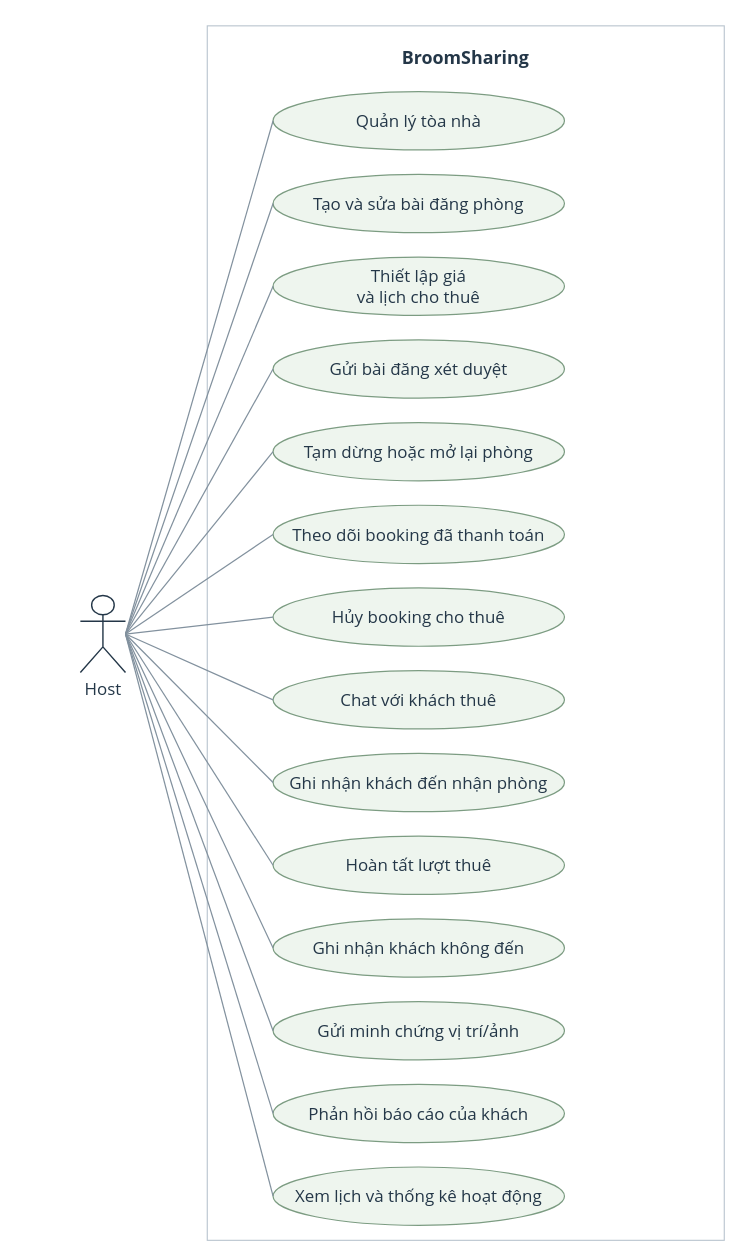
Earlier version of the draw.io diagram page "02. Host" (3 of 4) of docs/design/chapter2/usecase_diagram_v2.drawio (phuclu3123/GROUP_MOBILE_BROOMSHARING). Source tidied: cells renumbered, new cells numbered last; positions are measured from the earlier drawing's top-left corner, leaving out a move shared by most shapes. Both pictures are drawn from the tidied source at 94%, with x=0, y=0 at pixel (80, 25).
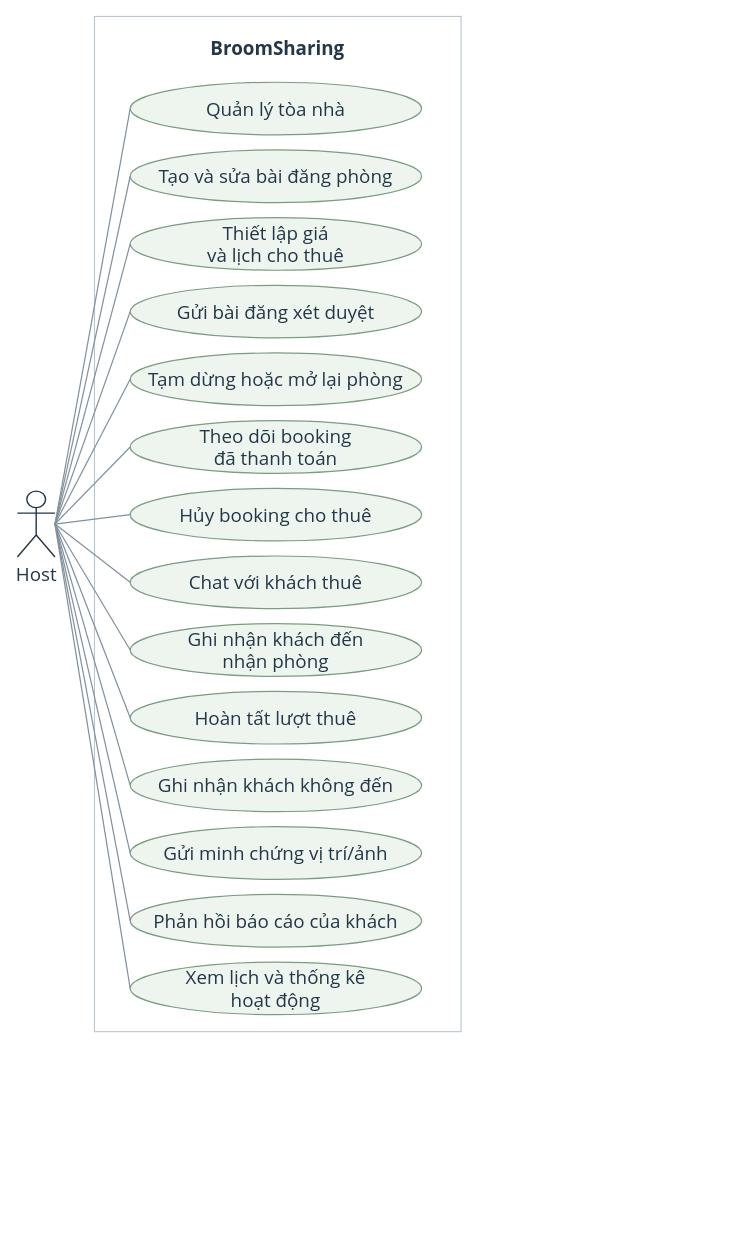
The same diagram, later.

Change to the diagram source:
```diff
@@
-    <mxCell id="2" value="BroomSharing" style="rounded=0;html=1;whiteSpace=wrap;fillColor=#FFFFFF;strokeColor=#BAC5CF;strokeWidth=1.2;verticalAlign=top;spacingTop=16;fontFamily=Segoe UI;fontSize=19;fontColor=#243748;fontStyle=1;" parent="1" vertex="1">
-      <mxGeometry x="135" width="550" height="1292" as="geometry" />
+    <mxCell id="2" value="BroomSharing" style="rounded=0;html=1;whiteSpace=wrap;fillColor=#FFFFFF;strokeColor=#BAC5CF;strokeWidth=1.2;verticalAlign=top;spacingTop=16;fontFamily=Segoe UI;fontSize=20;fontColor=#243748;fontStyle=1;" parent="1" vertex="1">
+      <mxGeometry x="15" y="-10" width="390" height="1080" as="geometry" />
     </mxCell>
-    <mxCell id="3" value="Host" style="shape=umlActor;verticalLabelPosition=bottom;verticalAlign=top;html=1;outlineConnect=0;fillColor=#FFFFFF;strokeColor=#243748;strokeWidth=1.5;fontFamily=Segoe UI;fontColor=#243748;fontSize=18;fontStyle=0;" parent="1" vertex="1">
-      <mxGeometry y="606" width="48" height="82" as="geometry" />
+    <mxCell id="3" value="Host" style="shape=umlActor;verticalLabelPosition=bottom;verticalAlign=top;html=1;outlineConnect=0;fillColor=#FFFFFF;strokeColor=#243748;strokeWidth=1.5;fontFamily=Segoe UI;fontColor=#243748;fontSize=20;fontStyle=0;" parent="1" vertex="1">
+      <mxGeometry x="-67" y="495" width="40" height="70" as="geometry" />
     </mxCell>
-    <mxCell id="4" value="Quản lý tòa nhà" style="shape=ellipse;whiteSpace=wrap;html=1;fillColor=#EEF5EE;strokeColor=#7C9C82;strokeWidth=1.3;fontFamily=Segoe UI;fontSize=18;fontColor=#243748;fontStyle=0;spacing=8;" parent="1" vertex="1">
-      <mxGeometry x="205" y="70" width="310" height="62" as="geometry" />
+    <mxCell id="4" value="Quản lý tòa nhà" style="shape=ellipse;whiteSpace=wrap;html=1;fillColor=#EEF5EE;strokeColor=#7C9C82;strokeWidth=1.3;fontFamily=Segoe UI;fontSize=20;fontColor=#243748;fontStyle=0;spacing=4;" parent="1" vertex="1">
+      <mxGeometry x="53" y="60" width="310" height="56" as="geometry" />
     </mxCell>
@@
-    <mxCell id="6" value="Tạo và sửa bài đăng phòng" style="shape=ellipse;whiteSpace=wrap;html=1;fillColor=#EEF5EE;strokeColor=#7C9C82;strokeWidth=1.3;fontFamily=Segoe UI;fontSize=18;fontColor=#243748;fontStyle=0;spacing=8;" parent="1" vertex="1">
-      <mxGeometry x="205" y="158" width="310" height="62" as="geometry" />
+    <mxCell id="6" value="Tạo và sửa bài đăng phòng" style="shape=ellipse;whiteSpace=wrap;html=1;fillColor=#EEF5EE;strokeColor=#7C9C82;strokeWidth=1.3;fontFamily=Segoe UI;fontSize=20;fontColor=#243748;fontStyle=0;spacing=4;" parent="1" vertex="1">
+      <mxGeometry x="53" y="132" width="310" height="56" as="geometry" />
     </mxCell>
@@
-    <mxCell id="8" value="Thiết lập giá&lt;br&gt;và lịch cho thuê" style="shape=ellipse;whiteSpace=wrap;html=1;fillColor=#EEF5EE;strokeColor=#7C9C82;strokeWidth=1.3;fontFamily=Segoe UI;fontSize=18;fontColor=#243748;fontStyle=0;spacing=8;" parent="1" vertex="1">
-      <mxGeometry x="205" y="246" width="310" height="62" as="geometry" />
+    <mxCell id="8" value="Thiết lập giá&lt;br&gt;và lịch cho thuê" style="shape=ellipse;whiteSpace=wrap;html=1;fillColor=#EEF5EE;strokeColor=#7C9C82;strokeWidth=1.3;fontFamily=Segoe UI;fontSize=20;fontColor=#243748;fontStyle=0;spacing=4;" parent="1" vertex="1">
+      <mxGeometry x="53" y="204" width="310" height="56" as="geometry" />
     </mxCell>
@@
-    <mxCell id="10" value="Gửi bài đăng xét duyệt" style="shape=ellipse;whiteSpace=wrap;html=1;fillColor=#EEF5EE;strokeColor=#7C9C82;strokeWidth=1.3;fontFamily=Segoe UI;fontSize=18;fontColor=#243748;fontStyle=0;spacing=8;" parent="1" vertex="1">
-      <mxGeometry x="205" y="334" width="310" height="62" as="geometry" />
+    <mxCell id="10" value="Gửi bài đăng xét duyệt" style="shape=ellipse;whiteSpace=wrap;html=1;fillColor=#EEF5EE;strokeColor=#7C9C82;strokeWidth=1.3;fontFamily=Segoe UI;fontSize=20;fontColor=#243748;fontStyle=0;spacing=4;" parent="1" vertex="1">
+      <mxGeometry x="53" y="276" width="310" height="56" as="geometry" />
     </mxCell>
@@
-    <mxCell id="12" value="Tạm dừng hoặc mở lại phòng" style="shape=ellipse;whiteSpace=wrap;html=1;fillColor=#EEF5EE;strokeColor=#7C9C82;strokeWidth=1.3;fontFamily=Segoe UI;fontSize=18;fontColor=#243748;fontStyle=0;spacing=8;" parent="1" vertex="1">
-      <mxGeometry x="205" y="422" width="310" height="62" as="geometry" />
+    <mxCell id="12" value="Tạm dừng hoặc mở lại phòng" style="shape=ellipse;whiteSpace=wrap;html=1;fillColor=#EEF5EE;strokeColor=#7C9C82;strokeWidth=1.3;fontFamily=Segoe UI;fontSize=20;fontColor=#243748;fontStyle=0;spacing=4;" parent="1" vertex="1">
+      <mxGeometry x="53" y="348" width="310" height="56" as="geometry" />
     </mxCell>
@@
-    <mxCell id="14" value="Theo dõi booking đã thanh toán" style="shape=ellipse;whiteSpace=wrap;html=1;fillColor=#EEF5EE;strokeColor=#7C9C82;strokeWidth=1.3;fontFamily=Segoe UI;fontSize=18;fontColor=#243748;fontStyle=0;spacing=8;" parent="1" vertex="1">
-      <mxGeometry x="205" y="510" width="310" height="62" as="geometry" />
+    <mxCell id="14" value="Theo dõi booking&lt;br&gt;đã thanh toán" style="shape=ellipse;whiteSpace=wrap;html=1;fillColor=#EEF5EE;strokeColor=#7C9C82;strokeWidth=1.3;fontFamily=Segoe UI;fontSize=20;fontColor=#243748;fontStyle=0;spacing=4;" parent="1" vertex="1">
+      <mxGeometry x="53" y="420" width="310" height="56" as="geometry" />
     </mxCell>
@@
-    <mxCell id="16" value="Hủy booking cho thuê" style="shape=ellipse;whiteSpace=wrap;html=1;fillColor=#EEF5EE;strokeColor=#7C9C82;strokeWidth=1.3;fontFamily=Segoe UI;fontSize=18;fontColor=#243748;fontStyle=0;spacing=8;" parent="1" vertex="1">
-      <mxGeometry x="205" y="598" width="310" height="62" as="geometry" />
+    <mxCell id="16" value="Hủy booking cho thuê" style="shape=ellipse;whiteSpace=wrap;html=1;fillColor=#EEF5EE;strokeColor=#7C9C82;strokeWidth=1.3;fontFamily=Segoe UI;fontSize=20;fontColor=#243748;fontStyle=0;spacing=4;" parent="1" vertex="1">
+      <mxGeometry x="53" y="492" width="310" height="56" as="geometry" />
     </mxCell>
@@
-    <mxCell id="18" value="Chat với khách thuê" style="shape=ellipse;whiteSpace=wrap;html=1;fillColor=#EEF5EE;strokeColor=#7C9C82;strokeWidth=1.3;fontFamily=Segoe UI;fontSize=18;fontColor=#243748;fontStyle=0;spacing=8;" parent="1" vertex="1">
-      <mxGeometry x="205" y="686" width="310" height="62" as="geometry" />
+    <mxCell id="18" value="Chat với khách thuê" style="shape=ellipse;whiteSpace=wrap;html=1;fillColor=#EEF5EE;strokeColor=#7C9C82;strokeWidth=1.3;fontFamily=Segoe UI;fontSize=20;fontColor=#243748;fontStyle=0;spacing=4;" parent="1" vertex="1">
+      <mxGeometry x="53" y="564" width="310" height="56" as="geometry" />
     </mxCell>
@@
-    <mxCell id="20" value="Ghi nhận khách đến nhận phòng" style="shape=ellipse;whiteSpace=wrap;html=1;fillColor=#EEF5EE;strokeColor=#7C9C82;strokeWidth=1.3;fontFamily=Segoe UI;fontSize=18;fontColor=#243748;fontStyle=0;spacing=8;" parent="1" vertex="1">
-      <mxGeometry x="205" y="774" width="310" height="62" as="geometry" />
+    <mxCell id="20" value="Ghi nhận khách đến&lt;br&gt;nhận phòng" style="shape=ellipse;whiteSpace=wrap;html=1;fillColor=#EEF5EE;strokeColor=#7C9C82;strokeWidth=1.3;fontFamily=Segoe UI;fontSize=20;fontColor=#243748;fontStyle=0;spacing=4;" parent="1" vertex="1">
+      <mxGeometry x="53" y="636" width="310" height="56" as="geometry" />
     </mxCell>
@@
-    <mxCell id="22" value="Hoàn tất lượt thuê" style="shape=ellipse;whiteSpace=wrap;html=1;fillColor=#EEF5EE;strokeColor=#7C9C82;strokeWidth=1.3;fontFamily=Segoe UI;fontSize=18;fontColor=#243748;fontStyle=0;spacing=8;" parent="1" vertex="1">
-      <mxGeometry x="205" y="862" width="310" height="62" as="geometry" />
+    <mxCell id="22" value="Hoàn tất lượt thuê" style="shape=ellipse;whiteSpace=wrap;html=1;fillColor=#EEF5EE;strokeColor=#7C9C82;strokeWidth=1.3;fontFamily=Segoe UI;fontSize=20;fontColor=#243748;fontStyle=0;spacing=4;" parent="1" vertex="1">
+      <mxGeometry x="53" y="708" width="310" height="56" as="geometry" />
     </mxCell>
@@
-    <mxCell id="24" value="Ghi nhận khách không đến" style="shape=ellipse;whiteSpace=wrap;html=1;fillColor=#EEF5EE;strokeColor=#7C9C82;strokeWidth=1.3;fontFamily=Segoe UI;fontSize=18;fontColor=#243748;fontStyle=0;spacing=8;" parent="1" vertex="1">
-      <mxGeometry x="205" y="950" width="310" height="62" as="geometry" />
+    <mxCell id="24" value="Ghi nhận khách không đến" style="shape=ellipse;whiteSpace=wrap;html=1;fillColor=#EEF5EE;strokeColor=#7C9C82;strokeWidth=1.3;fontFamily=Segoe UI;fontSize=20;fontColor=#243748;fontStyle=0;spacing=4;" parent="1" vertex="1">
+      <mxGeometry x="53" y="780" width="310" height="56" as="geometry" />
     </mxCell>
@@
-    <mxCell id="26" value="Gửi minh chứng vị trí/ảnh" style="shape=ellipse;whiteSpace=wrap;html=1;fillColor=#EEF5EE;strokeColor=#7C9C82;strokeWidth=1.3;fontFamily=Segoe UI;fontSize=18;fontColor=#243748;fontStyle=0;spacing=8;" parent="1" vertex="1">
-      <mxGeometry x="205" y="1038" width="310" height="62" as="geometry" />
+    <mxCell id="26" value="Gửi minh chứng vị trí/ảnh" style="shape=ellipse;whiteSpace=wrap;html=1;fillColor=#EEF5EE;strokeColor=#7C9C82;strokeWidth=1.3;fontFamily=Segoe UI;fontSize=20;fontColor=#243748;fontStyle=0;spacing=4;" parent="1" vertex="1">
+      <mxGeometry x="53" y="852" width="310" height="56" as="geometry" />
     </mxCell>
@@
-    <mxCell id="28" value="Phản hồi báo cáo của khách" style="shape=ellipse;whiteSpace=wrap;html=1;fillColor=#EEF5EE;strokeColor=#7C9C82;strokeWidth=1.3;fontFamily=Segoe UI;fontSize=18;fontColor=#243748;fontStyle=0;spacing=8;" parent="1" vertex="1">
-      <mxGeometry x="205" y="1126" width="310" height="62" as="geometry" />
+    <mxCell id="28" value="Phản hồi báo cáo của khách" style="shape=ellipse;whiteSpace=wrap;html=1;fillColor=#EEF5EE;strokeColor=#7C9C82;strokeWidth=1.3;fontFamily=Segoe UI;fontSize=20;fontColor=#243748;fontStyle=0;spacing=4;" parent="1" vertex="1">
+      <mxGeometry x="53" y="924" width="310" height="56" as="geometry" />
     </mxCell>
@@
-    <mxCell id="30" value="Xem lịch và thống kê hoạt động" style="shape=ellipse;whiteSpace=wrap;html=1;fillColor=#EEF5EE;strokeColor=#7C9C82;strokeWidth=1.3;fontFamily=Segoe UI;fontSize=18;fontColor=#243748;fontStyle=0;spacing=8;" parent="1" vertex="1">
-      <mxGeometry x="205" y="1214" width="310" height="62" as="geometry" />
+    <mxCell id="30" value="Xem lịch và thống kê&lt;br&gt;hoạt động" style="shape=ellipse;whiteSpace=wrap;html=1;fillColor=#EEF5EE;strokeColor=#7C9C82;strokeWidth=1.3;fontFamily=Segoe UI;fontSize=20;fontColor=#243748;fontStyle=0;spacing=4;" parent="1" vertex="1">
+      <mxGeometry x="53" y="996" width="310" height="56" as="geometry" />
     </mxCell>
```
